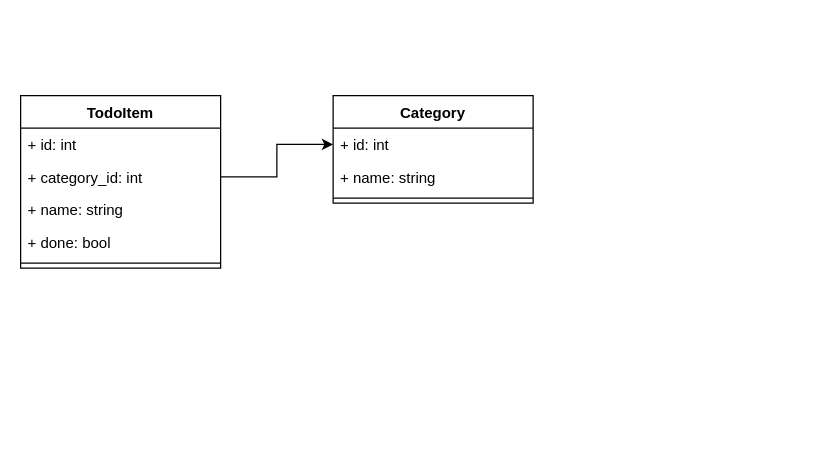
This is Todo.drawio from xmichael446/Diagrams, a draw.io file, before an edit. Source tidied: cells renumbered, new cells numbered last; positions are measured from the earlier drawing's top-left corner, leaving out a move shared by most shapes. Both pictures are drawn from the tidied source at 125%, with x=0, y=0 at pixel (20, 95).
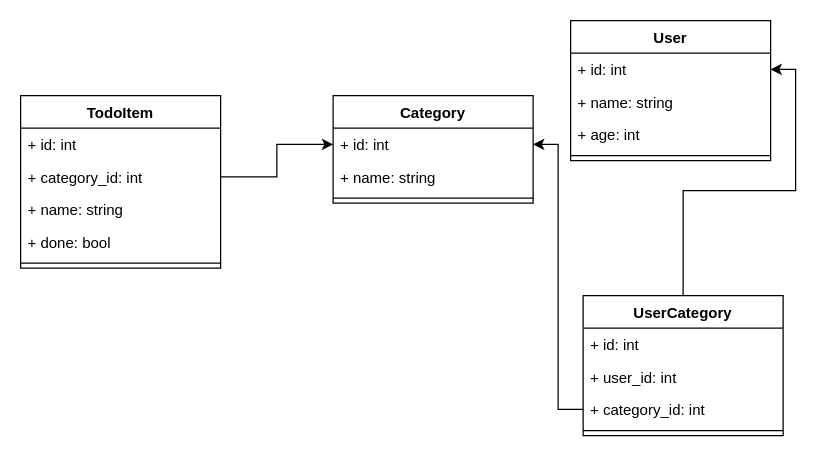
After the change.

Unchanged cells that the change refers to:
```xml
<mxCell id="9" value="+ id: int" style="text;strokeColor=none;fillColor=none;align=left;verticalAlign=top;spacingLeft=4;spacingRight=4;overflow=hidden;points=[[0,0.5],[1,0.5]];portConstraint=eastwest;" parent="8" vertex="1">
  <mxGeometry y="26" width="160" height="26" as="geometry" />
</mxCell>
```

The edit, as a diff of the source:
```diff
@@
+    <mxCell id="13" value="User" style="swimlane;fontStyle=1;align=center;verticalAlign=top;horizontal=1;startSize=26;" parent="1" vertex="1">
+      <mxGeometry x="440" y="-60" width="160" height="112" as="geometry" />
+    </mxCell>
+    <mxCell id="14" value="+ id: int" style="text;strokeColor=none;fillColor=none;align=left;verticalAlign=top;spacingLeft=4;spacingRight=4;overflow=hidden;points=[[0,0.5],[1,0.5]];portConstraint=eastwest;" parent="13" vertex="1">
+      <mxGeometry y="26" width="160" height="26" as="geometry" />
+    </mxCell>
+    <mxCell id="15" value="+ name: string" style="text;strokeColor=none;fillColor=none;align=left;verticalAlign=top;spacingLeft=4;spacingRight=4;overflow=hidden;" parent="13" vertex="1">
+      <mxGeometry y="52" width="160" height="26" as="geometry" />
+    </mxCell>
+    <mxCell id="16" value="+ age: int" style="text;strokeColor=none;fillColor=none;align=left;verticalAlign=top;spacingLeft=4;spacingRight=4;overflow=hidden;" parent="13" vertex="1">
+      <mxGeometry y="78" width="160" height="26" as="geometry" />
+    </mxCell>
+    <mxCell id="17" style="line;strokeWidth=1;fillColor=none;align=left;verticalAlign=middle;spacingTop=-1;spacingLeft=3;spacingRight=3;labelPosition=right;" parent="13" vertex="1">
+      <mxGeometry y="104" width="160" height="8" as="geometry" />
+    </mxCell>
+    <mxCell id="18" style="edgeStyle=orthogonalEdgeStyle;rounded=0;jettySize=auto;html=1;entryX=1;entryY=0.5;entryDx=0;entryDy=0;" parent="1" edge="1" source="19" target="14">
+      <mxGeometry relative="1" as="geometry" />
+    </mxCell>
+    <mxCell id="19" value="UserCategory" style="swimlane;fontStyle=1;align=center;verticalAlign=top;horizontal=1;startSize=26;" parent="1" vertex="1">
+      <mxGeometry x="450" y="160" width="160" height="112" as="geometry" />
+    </mxCell>
+    <mxCell id="20" value="+ id: int" style="text;strokeColor=none;fillColor=none;align=left;verticalAlign=top;spacingLeft=4;spacingRight=4;overflow=hidden;" parent="19" vertex="1">
+      <mxGeometry y="26" width="160" height="26" as="geometry" />
+    </mxCell>
+    <mxCell id="21" value="+ user_id: int" style="text;strokeColor=none;fillColor=none;align=left;verticalAlign=top;spacingLeft=4;spacingRight=4;overflow=hidden;" parent="19" vertex="1">
+      <mxGeometry y="52" width="160" height="26" as="geometry" />
+    </mxCell>
+    <mxCell id="22" value="+ category_id: int" style="text;strokeColor=none;fillColor=none;align=left;verticalAlign=top;spacingLeft=4;spacingRight=4;overflow=hidden;points=[[0,0.5],[1,0.5]];portConstraint=eastwest;" parent="19" vertex="1">
+      <mxGeometry y="78" width="160" height="26" as="geometry" />
+    </mxCell>
+    <mxCell id="23" style="line;strokeWidth=1;fillColor=none;align=left;verticalAlign=middle;spacingTop=-1;spacingLeft=3;spacingRight=3;labelPosition=right;" parent="19" vertex="1">
+      <mxGeometry y="104" width="160" height="8" as="geometry" />
+    </mxCell>
+    <mxCell id="24" style="edgeStyle=orthogonalEdgeStyle;rounded=0;jettySize=auto;html=1;" parent="1" edge="1" source="22" target="9">
+      <mxGeometry relative="1" as="geometry" />
+    </mxCell>
```
